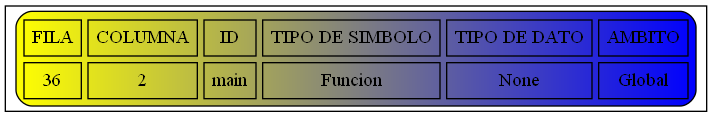
This is Simbolos.png from JoseMore99/OLC2_P1_201701015, a Graphviz export, as it was before one commit. Its source is kept beside it as Simbolos.dot.
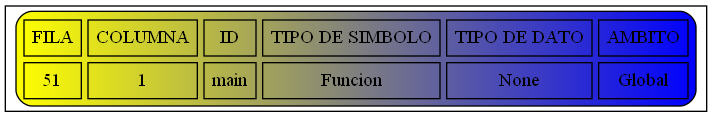
After the change.

What changed in the source:
```diff
@@ -2,6 +2,6 @@
 node [shape=record];
 a0 [label=<<TABLE border="1" cellspacing="5" cellpadding="5" style="rounded" bgcolor="yellow:blue">
 "<TR><TD>FILA</TD><TD>COLUMNA</TD><TD>ID</TD><TD>TIPO DE SIMBOLO</TD><TD>TIPO DE DATO</TD><TD>AMBITO</TD></TR>
-<TR><TD>36</TD><TD>2</TD><TD>main</TD><TD>Funcion</TD><TD>None</TD><TD>Global</TD></TR>
+<TR><TD>51</TD><TD>1</TD><TD>main</TD><TD>Funcion</TD><TD>None</TD><TD>Global</TD></TR>
 </TABLE>>];
 }
```
